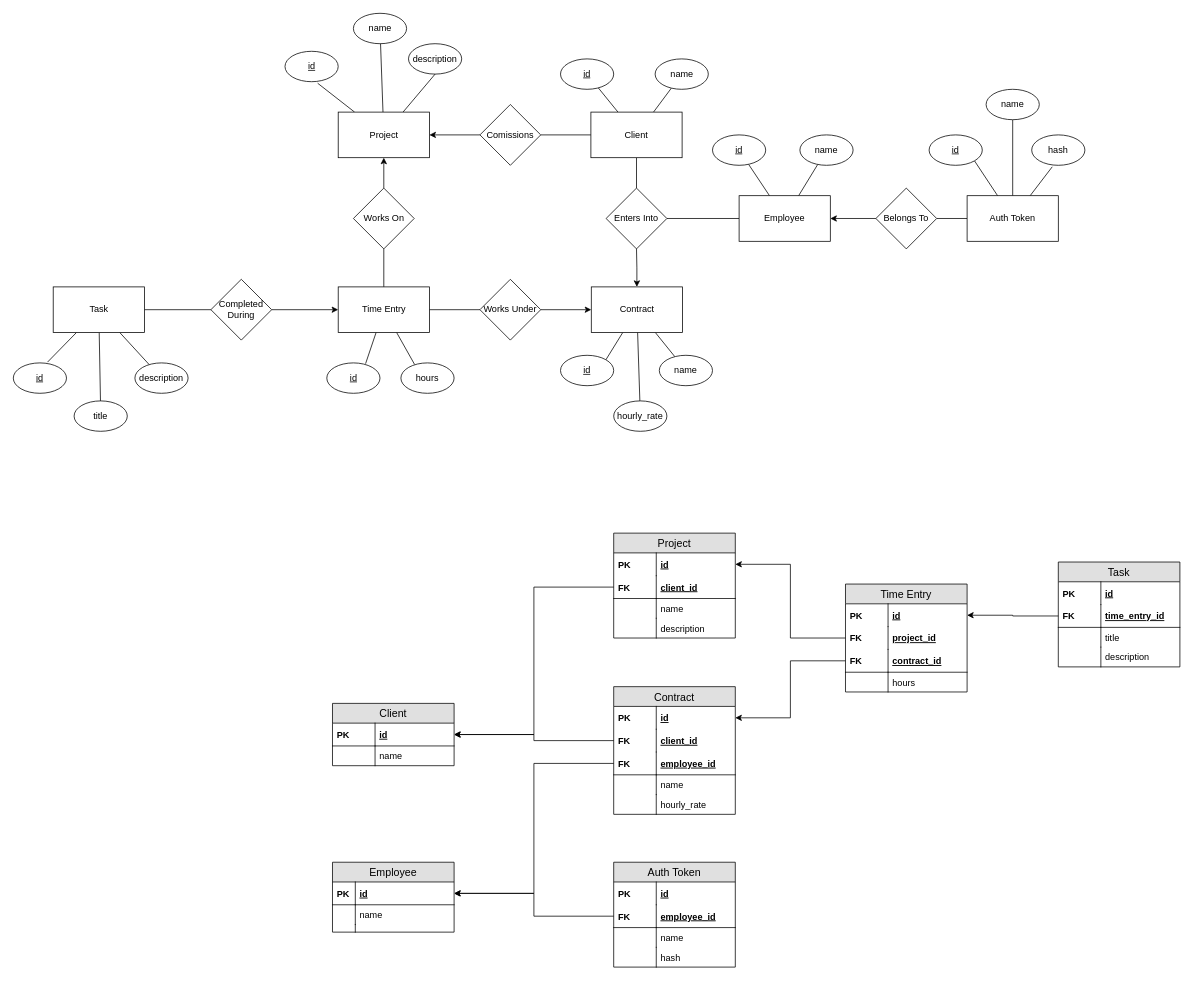
Noah-Huppert/time-tracker keeps this draw.io diagram as api/data-model.drawio. Above is the earlier version. Source tidied: cells renumbered, new cells numbered last; positions are measured from the earlier drawing's top-left corner, leaving out a move shared by most shapes. Both pictures are drawn from the tidied source at 76%, with x=0, y=0 at pixel (13, 13).
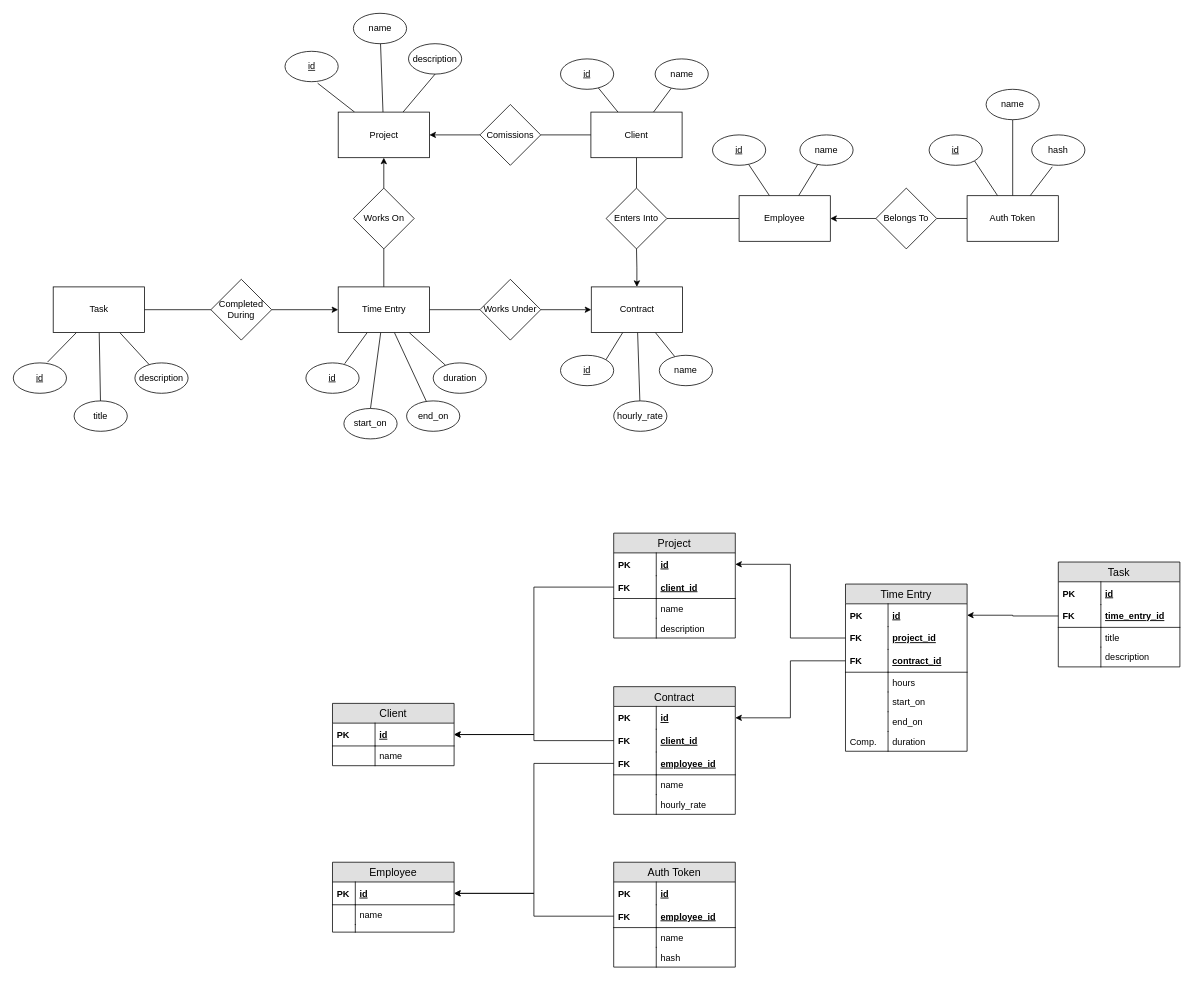
The same page after the edit.

Commit message (it also covers changes not shown here):
api: data model: added {start,end}_on col to time entry

The change refers to these unchanged cells:
```xml
<mxCell id="43" value="Time Entry" style="rounded=0;whiteSpace=wrap;html=1;" parent="1" vertex="1">
  <mxGeometry x="427.5" y="360" width="120" height="60" as="geometry" />
</mxCell>
```

What changed in the source:
```diff
@@
-    <mxCell id="42" style="edgeStyle=none;rounded=0;jettySize=auto;html=1;entryX=0.257;entryY=0.05;entryDx=0;entryDy=0;entryPerimeter=0;startArrow=none;startFill=0;endArrow=none;endFill=0;strokeColor=#000000;" parent="1" edge="1" source="43" target="45">
+    <mxCell id="42" style="edgeStyle=none;rounded=0;jettySize=auto;html=1;entryX=0.5;entryY=0;entryDx=0;entryDy=0;startArrow=none;startFill=0;endArrow=none;endFill=0;strokeColor=#000000;" parent="1" edge="1" source="43" target="45">
       <mxGeometry relative="1" as="geometry" />
     </mxCell>
+    <mxCell id="130" style="rounded=0;jettySize=auto;html=1;endArrow=none;endFill=0;" parent="1" edge="1" source="43" target="138">
+      <mxGeometry relative="1" as="geometry" />
+    </mxCell>
+    <mxCell id="131" style="edgeStyle=none;rounded=0;jettySize=auto;html=1;endArrow=none;endFill=0;" parent="1" edge="1" source="43" target="139">
+      <mxGeometry relative="1" as="geometry" />
+    </mxCell>
@@
     <mxCell id="44" value="&lt;u&gt;id&lt;/u&gt;" style="ellipse;whiteSpace=wrap;html=1;" parent="1" vertex="1">
-      <mxGeometry x="412.5" y="460" width="70" height="40" as="geometry" />
+      <mxGeometry x="385" y="460" width="70" height="40" as="geometry" />
     </mxCell>
-    <mxCell id="45" value="hours" style="ellipse;whiteSpace=wrap;html=1;" parent="1" vertex="1">
-      <mxGeometry x="510" y="460" width="70" height="40" as="geometry" />
+    <mxCell id="45" value="start_on" style="ellipse;whiteSpace=wrap;html=1;" parent="1" vertex="1">
+      <mxGeometry x="435" y="520" width="70" height="40" as="geometry" />
     </mxCell>
@@
     <mxCell id="85" value="Time Entry" style="swimlane;fontStyle=0;horizontal=1;startSize=26;fillColor=#e0e0e0;swimlaneFillColor=#ffffff;align=center;fontSize=14;" parent="1" vertex="1">
-      <mxGeometry x="1095" y="751" width="160" height="142" as="geometry" />
+      <mxGeometry x="1095" y="751" width="160" height="220" as="geometry" />
     </mxCell>
@@
+    <mxCell id="132" value="start_on" style="shape=partialRectangle;top=0;left=0;right=0;bottom=0;align=left;verticalAlign=top;fillColor=none;spacingLeft=60;spacingRight=4;overflow=hidden;fontSize=12;" parent="85" vertex="1">
+      <mxGeometry y="142" width="160" height="26" as="geometry" />
+    </mxCell>
+    <mxCell id="133" style="shape=partialRectangle;top=0;left=0;bottom=0;fillColor=none;align=left;verticalAlign=top;spacingLeft=4;spacingRight=4;overflow=hidden;fontSize=12;" parent="132" vertex="1">
+      <mxGeometry width="56" height="26" as="geometry" />
+    </mxCell>
+    <mxCell id="134" value="end_on" style="shape=partialRectangle;top=0;left=0;right=0;bottom=0;align=left;verticalAlign=top;fillColor=none;spacingLeft=60;spacingRight=4;overflow=hidden;fontSize=12;" parent="85" vertex="1">
+      <mxGeometry y="168" width="160" height="26" as="geometry" />
+    </mxCell>
+    <mxCell id="135" style="shape=partialRectangle;top=0;left=0;bottom=0;fillColor=none;align=left;verticalAlign=top;spacingLeft=4;spacingRight=4;overflow=hidden;fontSize=12;" parent="134" vertex="1">
+      <mxGeometry width="56" height="26" as="geometry" />
+    </mxCell>
+    <mxCell id="136" value="duration" style="shape=partialRectangle;top=0;left=0;right=0;bottom=0;align=left;verticalAlign=top;fillColor=none;spacingLeft=60;spacingRight=4;overflow=hidden;fontSize=12;" parent="85" vertex="1">
+      <mxGeometry y="194" width="160" height="26" as="geometry" />
+    </mxCell>
+    <mxCell id="137" value="Comp." style="shape=partialRectangle;top=0;left=0;bottom=0;fillColor=none;align=left;verticalAlign=top;spacingLeft=4;spacingRight=4;overflow=hidden;fontSize=12;" parent="136" vertex="1">
+      <mxGeometry width="56" height="26" as="geometry" />
+    </mxCell>
@@
+    <mxCell id="138" value="duration" style="ellipse;whiteSpace=wrap;html=1;" parent="1" vertex="1">
+      <mxGeometry x="552.5" y="460" width="70" height="40" as="geometry" />
+    </mxCell>
+    <mxCell id="139" value="end_on" style="ellipse;whiteSpace=wrap;html=1;" parent="1" vertex="1">
+      <mxGeometry x="517.5" y="510" width="70" height="40" as="geometry" />
+    </mxCell>
```
